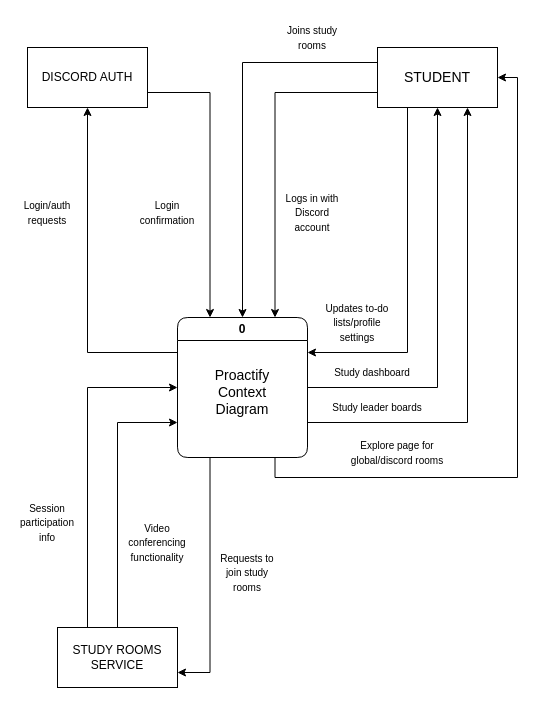
This is Proactify Context Diagram.drawio from gordonn/proactify-study, a draw.io file, before an edit. Source tidied: cells renumbered, new cells numbered last; positions are measured from the earlier drawing's top-left corner, leaving out a move shared by most shapes. Both pictures are drawn from the tidied source at 100%, with x=0, y=0 at pixel (17, 17).
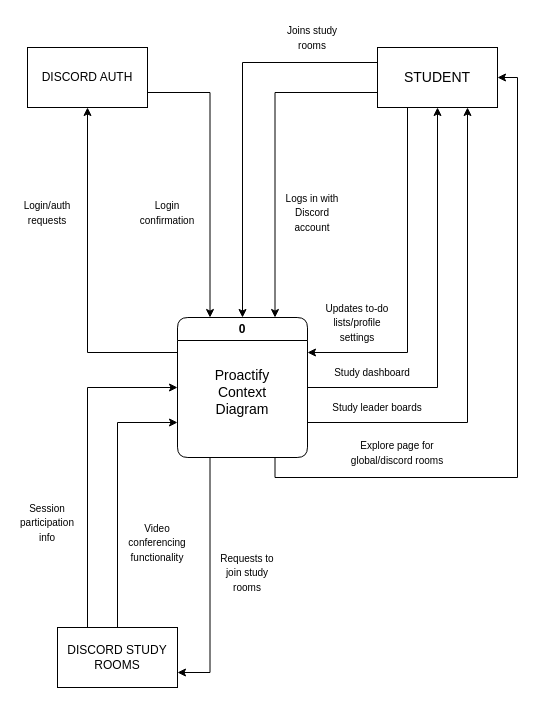
Above is the later version.

Change to the diagram source:
```diff
@@
-    <mxCell id="17" value="STUDY ROOMS SERVICE" style="rounded=0;whiteSpace=wrap;html=1;" parent="1" vertex="1">
+    <mxCell id="17" value="DISCORD STUDY ROOMS" style="rounded=0;whiteSpace=wrap;html=1;" parent="1" vertex="1">
       <mxGeometry x="40" y="610" width="120" height="60" as="geometry" />
     </mxCell>
```
